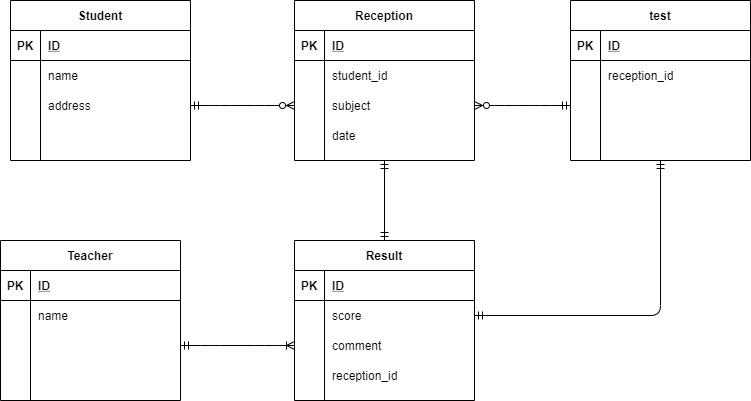
Above: index.drawio.png in takuyaone/db (draw.io), before the change. Source tidied: cells renumbered, new cells last; positions are measured from the earlier drawing's top-left corner, leaving out a move shared by most shapes.
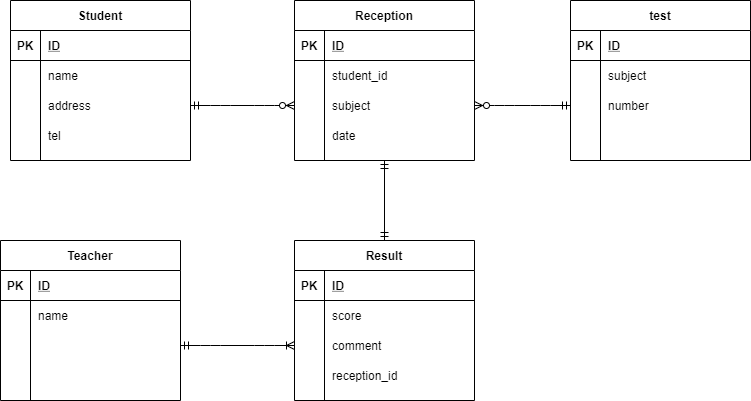
Later version of the same file.

The edit, as a diff of the source:
```diff
@@ -38,7 +38,7 @@
     <mxCell id="13" style="shape=partialRectangle;fillColor=none;top=0;left=0;bottom=0;right=0;overflow=hidden;" parent="12" vertex="1">
       <mxGeometry width="30" height="30" as="geometry" />
     </mxCell>
-    <mxCell id="14" style="shape=partialRectangle;fillColor=none;top=0;left=0;bottom=0;right=0;align=left;spacingLeft=6;overflow=hidden;" parent="12" vertex="1">
+    <mxCell id="14" value="tel" style="shape=partialRectangle;fillColor=none;top=0;left=0;bottom=0;right=0;align=left;spacingLeft=6;overflow=hidden;" parent="12" vertex="1">
       <mxGeometry x="30" width="150" height="30" as="geometry" />
     </mxCell>
     <mxCell id="15" value="Reception" style="shape=table;startSize=30;rowLines=0;fontStyle=1;align=center;" parent="1" vertex="1">
@@ -98,7 +98,7 @@
     <mxCell id="33" style="shape=partialRectangle;fillColor=none;top=0;left=0;bottom=0;right=0;overflow=hidden;" parent="32" vertex="1">
       <mxGeometry width="30" height="30" as="geometry" />
     </mxCell>
-    <mxCell id="34" value="reception_id" style="shape=partialRectangle;fillColor=none;top=0;left=0;bottom=0;right=0;align=left;spacingLeft=6;overflow=hidden;" parent="32" vertex="1">
+    <mxCell id="34" value="subject" style="shape=partialRectangle;fillColor=none;top=0;left=0;bottom=0;right=0;align=left;spacingLeft=6;overflow=hidden;" parent="32" vertex="1">
       <mxGeometry x="30" width="150" height="30" as="geometry" />
     </mxCell>
     <mxCell id="35" style="shape=partialRectangle;fillColor=none;top=0;left=0;bottom=0;right=0;points=[[0,0.5],[1,0.5]];portConstraint=eastwest;" parent="28" vertex="1">
@@ -107,7 +107,7 @@
     <mxCell id="36" style="shape=partialRectangle;fillColor=none;top=0;left=0;bottom=0;right=0;overflow=hidden;" parent="35" vertex="1">
       <mxGeometry width="30" height="30" as="geometry" />
     </mxCell>
-    <mxCell id="37" style="shape=partialRectangle;fillColor=none;top=0;left=0;bottom=0;right=0;align=left;spacingLeft=6;overflow=hidden;" parent="35" vertex="1">
+    <mxCell id="37" value="number" style="shape=partialRectangle;fillColor=none;top=0;left=0;bottom=0;right=0;align=left;spacingLeft=6;overflow=hidden;" parent="35" vertex="1">
       <mxGeometry x="30" width="150" height="30" as="geometry" />
     </mxCell>
     <mxCell id="38" style="shape=partialRectangle;fillColor=none;top=0;left=0;bottom=0;right=0;" parent="28" vertex="1">
@@ -203,9 +203,6 @@
     <mxCell id="68" style="edgeStyle=entityRelationEdgeStyle;fontSize=12;html=1;endArrow=ERoneToMany;startArrow=ERmandOne;entryX=0;entryY=0.5;entryDx=0;entryDy=0;exitX=1;exitY=0.5;exitDx=0;exitDy=0;" parent="1" edge="1" source="48" target="61">
       <mxGeometry relative="1" as="geometry" />
     </mxCell>
-    <mxCell id="69" style="fontSize=12;html=1;endArrow=ERmandOne;startArrow=ERmandOne;exitX=1;exitY=0.5;exitDx=0;exitDy=0;entryX=0.5;entryY=1;entryDx=0;entryDy=0;edgeStyle=orthogonalEdgeStyle;" parent="1" edge="1" source="58" target="28">
-      <mxGeometry relative="1" as="geometry" />
-    </mxCell>
     <mxCell id="70" style="edgeStyle=entityRelationEdgeStyle;fontSize=12;html=1;endArrow=ERzeroToMany;startArrow=ERmandOne;exitX=0;exitY=0.5;exitDx=0;exitDy=0;entryX=1;entryY=0.5;entryDx=0;entryDy=0;" parent="1" edge="1" source="35" target="22">
       <mxGeometry relative="1" as="geometry" />
     </mxCell>
```
